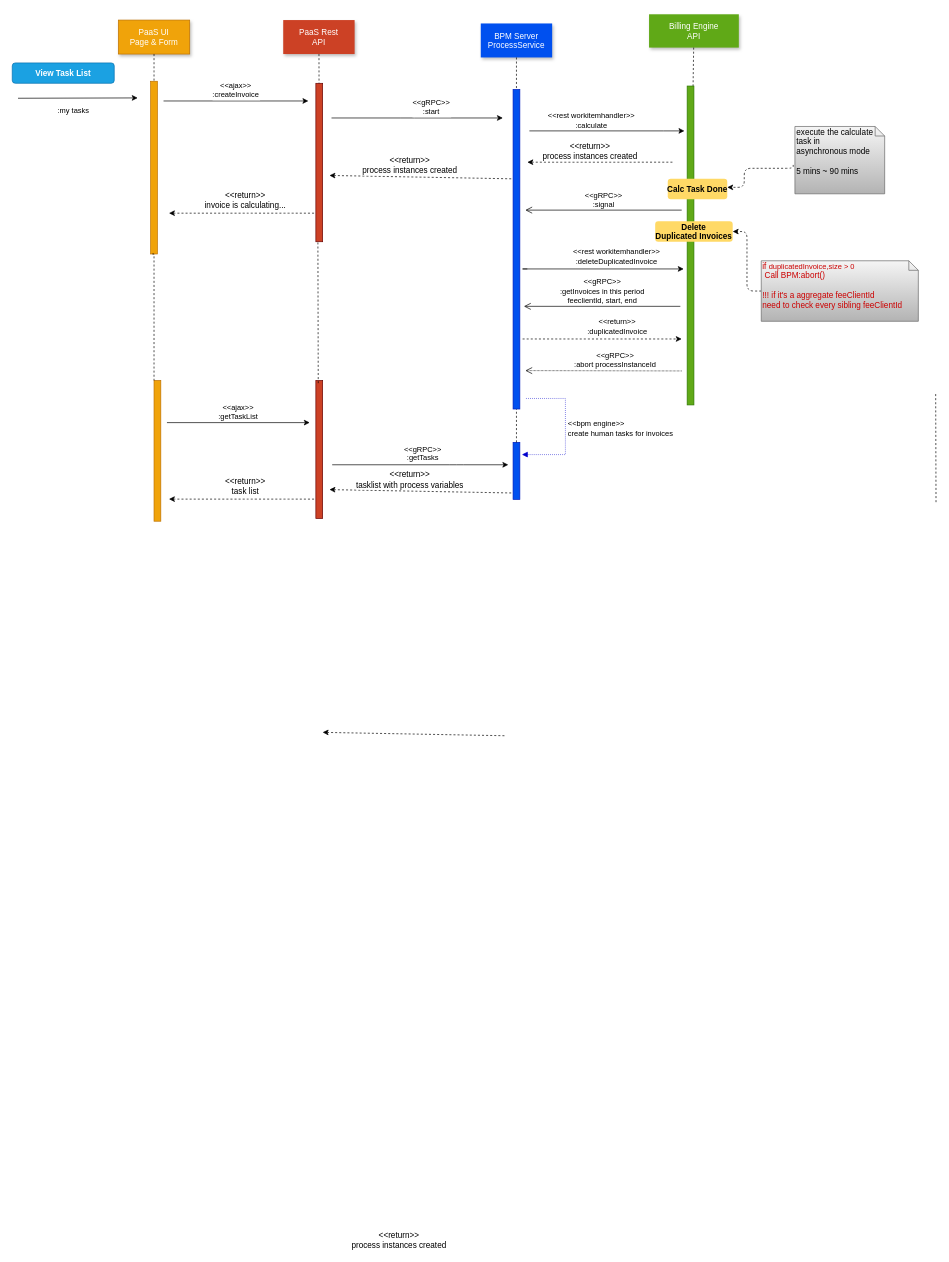
Above: code/Seq_task_operation.drawio in meadlai/java8 (draw.io), before the change. Source tidied: cells renumbered, new cells numbered last; positions are measured from the earlier drawing's top-left corner, leaving out a move shared by most shapes. Both pictures are drawn from the tidied source at 68%, with x=0, y=0 at pixel (12, 14).
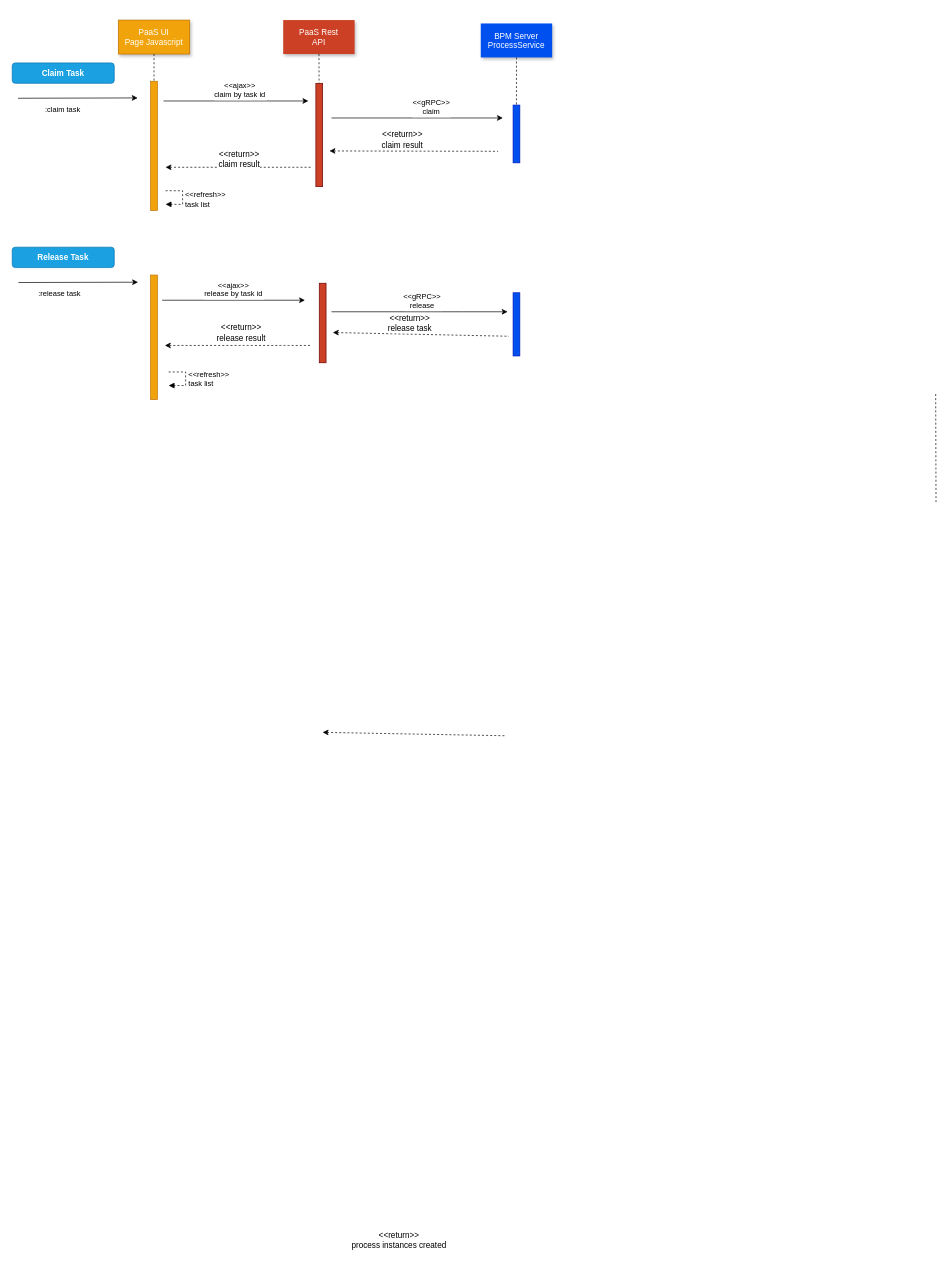
After the change.

The edit, as a diff of the source:
```diff
@@
     <mxCell id="3" style="fillColor=#f0a30a;strokeColor=#BD7000;fontColor=#ffffff;" parent="1" vertex="1">
-      <mxGeometry x="204" y="98" width="10" height="254" as="geometry" />
+      <mxGeometry x="204" y="98" width="10" height="190" as="geometry" />
     </mxCell>
-    <mxCell id="4" value="PaaS UI&#10;Page &amp; Form" style="shadow=1;fillColor=#f0a30a;strokeColor=#BD7000;fontColor=#ffffff;" parent="1" vertex="1">
+    <mxCell id="4" value="PaaS UI&#10;Page Javascript" style="shadow=1;fillColor=#f0a30a;strokeColor=#BD7000;fontColor=#ffffff;" parent="1" vertex="1">
       <mxGeometry x="156.5" y="8" width="105" height="50" as="geometry" />
     </mxCell>
     <mxCell id="5" style="fillColor=#CC4125;strokeColor=#660000;" parent="1" vertex="1">
-      <mxGeometry x="447" y="101" width="10" height="233" as="geometry" />
+      <mxGeometry x="447" y="101" width="10" height="152" as="geometry" />
     </mxCell>
@@
-    <mxCell id="8" value="&lt;&lt;ajax&gt;&gt;&#10;:createInvoice" style="edgeStyle=none;verticalLabelPosition=top;verticalAlign=bottom;" parent="1" edge="1">
-      <mxGeometry x="220" y="92" as="geometry">
+    <mxCell id="8" value="&lt;&lt;ajax&gt;&gt;&#10;claim by task id" style="edgeStyle=none;verticalLabelPosition=top;verticalAlign=bottom;" parent="1" edge="1">
+      <mxGeometry as="geometry">
         <mxPoint x="223" y="127" as="sourcePoint" />
         <mxPoint x="436" y="127" as="targetPoint" />
+        <mxPoint x="6" as="offset" />
       </mxGeometry>
     </mxCell>
     <mxCell id="9" style="edgeStyle=none;verticalLabelPosition=top;verticalAlign=bottom;labelPosition=left;align=right;endArrow=none;startArrow=classic;dashed=1;" parent="1" edge="1">
-      <mxGeometry x="114" y="110.3" as="geometry">
-        <mxPoint x="467" y="236.5" as="sourcePoint" />
-        <mxPoint x="737" y="241.5" as="targetPoint" />
+      <mxGeometry x="114" y="74.3" as="geometry">
+        <mxPoint x="467" y="200.5" as="sourcePoint" />
+        <mxPoint x="715" y="201" as="targetPoint" />
       </mxGeometry>
     </mxCell>
-    <mxCell id="10" value="&amp;lt;&amp;lt;return&amp;gt;&amp;gt;&lt;br&gt;process instances created" style="text;html=1;align=center;verticalAlign=middle;labelBackgroundColor=#ffffff;" parent="9" vertex="1">
+    <mxCell id="10" value="&amp;lt;&amp;lt;return&amp;gt;&amp;gt;&lt;br&gt;claim result" style="text;html=1;align=center;verticalAlign=middle;labelBackgroundColor=#ffffff;" parent="9" vertex="1">
       <mxGeometry relative="1" as="geometry">
         <mxPoint x="-17" y="-17" as="offset" />
       </mxGeometry>
     </mxCell>
-    <mxCell id="11" style="edgeStyle=orthogonalEdgeStyle;rounded=0;orthogonalLoop=1;jettySize=auto;html=1;" parent="1" edge="1">
-      <mxGeometry relative="1" as="geometry">
-        <mxPoint x="761" y="171" as="sourcePoint" />
-        <mxPoint x="989" y="171" as="targetPoint" />
-        <Array as="points">
-          <mxPoint x="958" y="171" />
-          <mxPoint x="958" y="171" />
-        </Array>
-      </mxGeometry>
-    </mxCell>
-    <mxCell id="12" value="&lt;span style=&quot;font-size: 11px&quot;&gt;&amp;lt;&amp;lt;rest workitemhandler&amp;gt;&amp;gt;&lt;/span&gt;&lt;br style=&quot;padding: 0px ; margin: 0px ; font-size: 11px&quot;&gt;&lt;span style=&quot;font-size: 11px&quot;&gt;:calculate&lt;/span&gt;" style="text;html=1;align=center;verticalAlign=middle;labelBackgroundColor=#ffffff;" parent="11" vertex="1">
-      <mxGeometry x="0.21" y="2" relative="1" as="geometry">
-        <mxPoint x="-47.5" y="-15" as="offset" />
-      </mxGeometry>
-    </mxCell>
     <mxCell id="13" style="fillColor=#0050ef;strokeColor=#001DBC;fontColor=#ffffff;" parent="1" vertex="1">
-      <mxGeometry x="737" y="110" width="10" height="470" as="geometry" />
+      <mxGeometry x="737" y="133" width="10" height="85" as="geometry" />
     </mxCell>
@@
-    <mxCell id="16" value="Billing Engine&#10;API" style="shadow=1;fillColor=#60A917;strokeColor=none;fontColor=#FFFFFF;" parent="1" vertex="1">
-      <mxGeometry x="937" y="-0.5" width="132" height="49" as="geometry" />
-    </mxCell>
-    <mxCell id="17" style="edgeStyle=none;endArrow=none;dashed=1;" parent="1" edge="1" source="16" target="18">
-      <mxGeometry x="727.3" y="165" as="geometry" />
-    </mxCell>
-    <mxCell id="18" style="fillColor=#60a917;strokeColor=#2D7600;fontColor=#ffffff;" parent="1" vertex="1">
-      <mxGeometry x="993" y="105" width="10" height="469" as="geometry" />
-    </mxCell>
-    <mxCell id="19" value="&lt;&lt;gRPC&gt;&gt;&#10;:start" style="edgeStyle=elbowEdgeStyle;elbow=vertical;verticalLabelPosition=top;verticalAlign=bottom;" parent="1" edge="1">
+    <mxCell id="19" value="&lt;&lt;gRPC&gt;&gt;&#10;claim" style="edgeStyle=elbowEdgeStyle;elbow=vertical;verticalLabelPosition=top;verticalAlign=bottom;" parent="1" edge="1">
       <mxGeometry as="geometry">
         <mxPoint x="470" y="152" as="sourcePoint" />
         <mxPoint x="722" y="152" as="targetPoint" />
         <Array as="points">
           <mxPoint x="582" y="152" />
           <mxPoint x="617" y="160" />
           <mxPoint x="649" y="247" />
           <mxPoint x="594" y="218" />
         </Array>
         <mxPoint x="21" as="offset" />
       </mxGeometry>
     </mxCell>
@@
-    <mxCell id="21" style="edgeStyle=orthogonalEdgeStyle;rounded=1;jettySize=auto;html=1;dashed=1;exitX=-0.019;exitY=0.571;exitDx=0;exitDy=0;exitPerimeter=0;entryX=1;entryY=0.417;entryDx=0;entryDy=0;entryPerimeter=0;" parent="1" edge="1" source="22" target="23">
-      <mxGeometry relative="1" as="geometry">
-        <Array as="points">
-          <mxPoint x="1149" y="226" />
-          <mxPoint x="1077" y="226" />
-          <mxPoint x="1077" y="254" />
-        </Array>
-      </mxGeometry>
-    </mxCell>
-    <mxCell id="22" value="execute the calculate task in asynchronous&amp;nbsp;mode&lt;br&gt;&lt;br&gt;5 mins ~ 90 mins" style="shape=note;whiteSpace=wrap;html=1;size=14;verticalAlign=top;align=left;spacingTop=-6;gradientColor=#b3b3b3;fillColor=#f5f5f5;strokeColor=#666666;" parent="1" vertex="1">
-      <mxGeometry x="1151.5" y="164.5" width="132" height="99" as="geometry" />
-    </mxCell>
-    <mxCell id="23" value="Calc Task Done" style="rounded=1;fontStyle=1;fillColor=#FFD966;strokeColor=none;" parent="1" vertex="1">
-      <mxGeometry x="964.5" y="241.5" width="87.5" height="30" as="geometry" />
-    </mxCell>
-    <mxCell id="24" value="&amp;lt;&amp;lt;gRPC&amp;gt;&amp;gt;&lt;br&gt;:signal" style="html=1;verticalAlign=bottom;endArrow=open;endSize=8;" parent="1" edge="1">
-      <mxGeometry relative="1" as="geometry">
-        <mxPoint x="985" y="287.5" as="sourcePoint" />
-        <mxPoint x="755" y="287.5" as="targetPoint" />
-      </mxGeometry>
-    </mxCell>
-    <mxCell id="25" style="edgeStyle=orthogonalEdgeStyle;rounded=0;orthogonalLoop=1;jettySize=auto;html=1;" parent="1" edge="1">
-      <mxGeometry relative="1" as="geometry">
-        <mxPoint x="758" y="374" as="sourcePoint" />
-        <mxPoint x="988" y="374" as="targetPoint" />
-        <Array as="points">
-          <mxPoint x="751" y="374" />
-        </Array>
-      </mxGeometry>
-    </mxCell>
-    <mxCell id="26" value="&lt;span style=&quot;font-size: 11px&quot;&gt;&amp;lt;&amp;lt;rest workitemhandler&amp;gt;&amp;gt;&lt;/span&gt;&lt;br style=&quot;padding: 0px ; margin: 0px ; font-size: 11px&quot;&gt;&lt;span style=&quot;font-size: 11px&quot;&gt;:deleteDuplicatedInvoice&lt;/span&gt;" style="text;html=1;align=center;verticalAlign=middle;labelBackgroundColor=#ffffff;" parent="25" vertex="1">
-      <mxGeometry x="0.12" relative="1" as="geometry">
-        <mxPoint x="7" y="-20" as="offset" />
-      </mxGeometry>
-    </mxCell>
     <mxCell id="27" style="edgeStyle=none;verticalLabelPosition=top;verticalAlign=bottom;labelPosition=left;align=right;endArrow=none;startArrow=classic;dashed=1;" parent="1" edge="1">
-      <mxGeometry x="127" y="157.8" as="geometry">
-        <mxPoint x="231" y="292" as="sourcePoint" />
-        <mxPoint x="447" y="292" as="targetPoint" />
+      <mxGeometry x="122" y="90.3" as="geometry">
+        <mxPoint x="226" y="224.5" as="sourcePoint" />
+        <mxPoint x="442" y="224.5" as="targetPoint" />
         <Array as="points">
-          <mxPoint x="331" y="292" />
-          <mxPoint x="351" y="292" />
-          <mxPoint x="406" y="292" />
+          <mxPoint x="326" y="224.5" />
+          <mxPoint x="346" y="224.5" />
+          <mxPoint x="401" y="224.5" />
         </Array>
       </mxGeometry>
     </mxCell>
-    <mxCell id="28" value="&amp;lt;&amp;lt;return&amp;gt;&amp;gt;&lt;br&gt;invoice is calculating..." style="text;html=1;align=center;verticalAlign=middle;labelBackgroundColor=#ffffff;" parent="27" vertex="1">
+    <mxCell id="28" value="&amp;lt;&amp;lt;return&amp;gt;&amp;gt;&lt;br&gt;claim result" style="text;html=1;align=center;verticalAlign=middle;labelBackgroundColor=#ffffff;" parent="27" vertex="1">
       <mxGeometry relative="1" as="geometry">
-        <mxPoint x="3.5" y="-19.5" as="offset" />
+        <mxPoint x="-0.5" y="-12" as="offset" />
       </mxGeometry>
     </mxCell>
     <mxCell id="29" style="html=1;points=[];perimeter=orthogonalPerimeter;fillColor=#0050ef;strokeColor=#001DBC;fontColor=#ffffff;" parent="1" vertex="1">
-      <mxGeometry x="737" y="629" width="10" height="84" as="geometry" />
+      <mxGeometry x="737" y="409" width="10" height="93" as="geometry" />
     </mxCell>
-    <mxCell id="30" value="&amp;lt;&amp;lt;bpm engine&amp;gt;&amp;gt;&lt;br&gt;create human tasks for invoices" style="edgeStyle=orthogonalEdgeStyle;html=1;align=left;spacingLeft=2;endArrow=block;rounded=0;dashed=1;dashPattern=1 2;strokeColor=#0000CC;" parent="1" edge="1">
-      <mxGeometry relative="1" as="geometry">
-        <mxPoint x="756" y="564.5" as="sourcePoint" />
-        <mxPoint x="750" y="647" as="targetPoint" />
-        <Array as="points">
-          <mxPoint x="814" y="565" />
-          <mxPoint x="814" y="647" />
-        </Array>
-      </mxGeometry>
-    </mxCell>
-    <mxCell id="31" style="edgeStyle=none;endArrow=none;dashed=1;entryX=0.5;entryY=1;entryDx=0;entryDy=0;" parent="1" edge="1" source="29" target="13">
-      <mxGeometry x="624.5" y="185" as="geometry" />
-    </mxCell>
     <mxCell id="32" style="fillColor=#f0a30a;strokeColor=#BD7000;fontColor=#ffffff;" parent="1" vertex="1">
-      <mxGeometry x="209" y="538" width="10" height="207" as="geometry" />
+      <mxGeometry x="204" y="383" width="10" height="183" as="geometry" />
     </mxCell>
-    <mxCell id="33" value="&amp;lt;&amp;lt;gRPC&amp;gt;&amp;gt;&lt;br&gt;:getInvoices in this period&lt;br&gt;feeclientId, start, end" style="html=1;verticalAlign=bottom;endArrow=open;endSize=8;rounded=1;" parent="1" edge="1">
-      <mxGeometry relative="1" as="geometry">
-        <mxPoint x="983" y="429" as="sourcePoint" />
-        <mxPoint x="753" y="429" as="targetPoint" />
-      </mxGeometry>
-    </mxCell>
-    <mxCell id="34" style="edgeStyle=orthogonalEdgeStyle;rounded=0;orthogonalLoop=1;jettySize=auto;html=1;dashed=1;" parent="1" edge="1">
-      <mxGeometry relative="1" as="geometry">
-        <mxPoint x="751" y="477" as="sourcePoint" />
-        <mxPoint x="985" y="477" as="targetPoint" />
-        <Array as="points">
-          <mxPoint x="751" y="477" />
-        </Array>
-      </mxGeometry>
-    </mxCell>
-    <mxCell id="35" value="&lt;span style=&quot;font-size: 11px&quot;&gt;&amp;lt;&amp;lt;return&amp;gt;&amp;gt;&lt;/span&gt;&lt;br style=&quot;padding: 0px ; margin: 0px ; font-size: 11px&quot;&gt;&lt;span style=&quot;font-size: 11px&quot;&gt;:duplicatedInvoice&lt;/span&gt;" style="text;html=1;align=center;verticalAlign=middle;labelBackgroundColor=#ffffff;" parent="34" vertex="1">
-      <mxGeometry x="0.12" relative="1" as="geometry">
-        <mxPoint x="7" y="-20" as="offset" />
-      </mxGeometry>
-    </mxCell>
-    <mxCell id="36" style="edgeStyle=orthogonalEdgeStyle;rounded=1;jettySize=auto;html=1;entryX=1;entryY=0.5;entryDx=0;entryDy=0;dashed=1;fontColor=#CC0000;" parent="1" edge="1" source="37" target="47">
-      <mxGeometry relative="1" as="geometry" />
-    </mxCell>
-    <mxCell id="37" value="if&amp;nbsp;&lt;span style=&quot;font-size: 11px ; text-align: center ; white-space: nowrap&quot;&gt;duplicatedInvoice,size &amp;gt; 0&lt;/span&gt;&lt;br&gt;&amp;nbsp;Call BPM:abort()&lt;br&gt;&lt;br&gt;!!! if it's a aggregate feeClientId&lt;br&gt;need to check every sibling feeClientId&lt;br&gt;&amp;nbsp;" style="shape=note;whiteSpace=wrap;html=1;size=14;verticalAlign=top;align=left;spacingTop=-6;gradientColor=#b3b3b3;fillColor=#f5f5f5;strokeColor=#666666;fontColor=#CC0000;" parent="1" vertex="1">
-      <mxGeometry x="1102" y="362" width="231" height="89" as="geometry" />
-    </mxCell>
-    <mxCell id="38" value="&amp;lt;&amp;lt;gRPC&amp;gt;&amp;gt;&lt;br&gt;:abort processInstanceId" style="html=1;verticalAlign=bottom;endArrow=open;endSize=8;rounded=1;dashed=1;dashPattern=1 1;" parent="1" edge="1">
-      <mxGeometry x="-0.15" relative="1" as="geometry">
-        <mxPoint x="985" y="524" as="sourcePoint" />
-        <mxPoint x="755" y="523.5" as="targetPoint" />
-      </mxGeometry>
-    </mxCell>
-    <mxCell id="39" value=":my tasks" style="edgeStyle=none;verticalLabelPosition=top;verticalAlign=bottom;labelPosition=left;align=right;" parent="1" edge="1">
-      <mxGeometry x="-19" y="25" as="geometry">
+    <mxCell id="39" value=":claim task" style="edgeStyle=none;verticalLabelPosition=top;verticalAlign=bottom;labelPosition=left;align=right;" parent="1" edge="1">
+      <mxGeometry as="geometry">
         <mxPoint x="9" y="123" as="sourcePoint" />
         <mxPoint x="185" y="122.5" as="targetPoint" />
-        <mxPoint x="19" y="27" as="offset" />
+        <mxPoint x="6" y="26" as="offset" />
       </mxGeometry>
     </mxCell>
-    <mxCell id="40" style="edgeStyle=elbowEdgeStyle;elbow=horizontal;endArrow=none;dashed=1;exitX=0.25;exitY=1;exitDx=0;exitDy=0;rounded=0;" parent="1" edge="1" source="3" target="32">
-      <mxGeometry x="240" y="320" as="geometry">
-        <Array as="points">
-          <mxPoint x="209" y="568" />
-        </Array>
-      </mxGeometry>
-    </mxCell>
-    <mxCell id="41" value="&lt;&lt;ajax&gt;&gt;&#10;:getTaskList" style="edgeStyle=none;verticalLabelPosition=top;verticalAlign=bottom;" parent="1" edge="1">
-      <mxGeometry x="222" y="562" as="geometry">
-        <mxPoint x="228" y="600" as="sourcePoint" />
-        <mxPoint x="438" y="600" as="targetPoint" />
+    <mxCell id="41" value="&lt;&lt;ajax&gt;&gt;&#10;release by task id" style="edgeStyle=none;verticalLabelPosition=top;verticalAlign=bottom;" parent="1" edge="1">
+      <mxGeometry x="215" y="382" as="geometry">
+        <mxPoint x="221" y="420" as="sourcePoint" />
+        <mxPoint x="431" y="420" as="targetPoint" />
       </mxGeometry>
     </mxCell>
-    <mxCell id="42" value="&lt;&lt;gRPC&gt;&gt;&#10;:getTasks" style="edgeStyle=elbowEdgeStyle;elbow=vertical;verticalLabelPosition=top;verticalAlign=bottom;" parent="1" edge="1">
-      <mxGeometry x="5" y="415" as="geometry">
-        <mxPoint x="471" y="662" as="sourcePoint" />
-        <mxPoint x="730" y="662" as="targetPoint" />
+    <mxCell id="42" value="&lt;&lt;gRPC&gt;&gt;&#10;release" style="edgeStyle=elbowEdgeStyle;elbow=vertical;verticalLabelPosition=top;verticalAlign=bottom;" parent="1" edge="1">
+      <mxGeometry as="geometry">
+        <mxPoint x="470" y="437" as="sourcePoint" />
+        <mxPoint x="729" y="437" as="targetPoint" />
         <Array as="points">
-          <mxPoint x="654" y="662" />
-          <mxPoint x="599" y="633" />
+          <mxPoint x="653" y="437" />
+          <mxPoint x="598" y="408" />
         </Array>
-        <mxPoint x="4" y="-1" as="offset" />
+        <mxPoint x="4" as="offset" />
       </mxGeometry>
     </mxCell>
@@
-    <mxCell id="45" style="edgeStyle=none;verticalLabelPosition=top;verticalAlign=bottom;labelPosition=left;align=right;endArrow=none;startArrow=classic;dashed=1;" parent="1" edge="1">
-      <mxGeometry x="370" y="90.3" as="geometry">
-        <mxPoint x="758" y="217" as="sourcePoint" />
-        <mxPoint x="973" y="217" as="targetPoint" />
-      </mxGeometry>
-    </mxCell>
-    <mxCell id="46" value="&amp;lt;&amp;lt;return&amp;gt;&amp;gt;&lt;br&gt;process instances created" style="text;html=1;align=center;verticalAlign=middle;labelBackgroundColor=#ffffff;" parent="45" vertex="1">
-      <mxGeometry relative="1" as="geometry">
-        <mxPoint x="-17" y="-17" as="offset" />
-      </mxGeometry>
-    </mxCell>
-    <mxCell id="47" value="Delete &#10;Duplicated Invoices" style="rounded=1;fontStyle=1;fillColor=#FFD966;strokeColor=none;" parent="1" vertex="1">
-      <mxGeometry x="946" y="304" width="114" height="30" as="geometry" />
-    </mxCell>
     <mxCell id="48" style="fillColor=#CC4125;strokeColor=#660000;" parent="1" vertex="1">
-      <mxGeometry x="447" y="538" width="10" height="203" as="geometry" />
+      <mxGeometry x="452" y="395" width="10" height="117" as="geometry" />
     </mxCell>
-    <mxCell id="49" style="edgeStyle=elbowEdgeStyle;elbow=horizontal;endArrow=none;dashed=1;exitX=0.25;exitY=1;exitDx=0;exitDy=0;rounded=0;entryX=0.25;entryY=1;entryDx=0;entryDy=0;" parent="1" edge="1" target="5">
-      <mxGeometry x="483.5" y="433" as="geometry">
-        <mxPoint x="450.5" y="542" as="sourcePoint" />
-        <Array as="points">
-          <mxPoint x="450" y="437" />
-        </Array>
-      </mxGeometry>
-    </mxCell>
     <mxCell id="50" style="edgeStyle=none;verticalLabelPosition=top;verticalAlign=bottom;labelPosition=left;align=right;endArrow=none;startArrow=classic;dashed=1;" parent="1" edge="1">
-      <mxGeometry x="114" y="572.3" as="geometry">
-        <mxPoint x="467" y="698.5" as="sourcePoint" />
-        <mxPoint x="737" y="703.5" as="targetPoint" />
+      <mxGeometry x="119" y="341.3" as="geometry">
+        <mxPoint x="472" y="467.5" as="sourcePoint" />
+        <mxPoint x="731" y="473" as="targetPoint" />
       </mxGeometry>
     </mxCell>
-    <mxCell id="51" value="&amp;lt;&amp;lt;return&amp;gt;&amp;gt;&lt;br&gt;tasklist with process variables" style="text;html=1;align=center;verticalAlign=middle;labelBackgroundColor=#ffffff;" parent="50" vertex="1">
+    <mxCell id="51" value="&amp;lt;&amp;lt;return&amp;gt;&amp;gt;&lt;br&gt;release task" style="text;html=1;align=center;verticalAlign=middle;labelBackgroundColor=#ffffff;" parent="50" vertex="1">
       <mxGeometry relative="1" as="geometry">
         <mxPoint x="-17" y="-17" as="offset" />
       </mxGeometry>
     </mxCell>
-    <mxCell id="52" value="View Task List" style="rounded=1;fontStyle=1;fillColor=#1ba1e2;strokeColor=#006EAF;fontColor=#ffffff;" parent="1" vertex="1">
+    <mxCell id="52" value="Claim Task" style="rounded=1;fontStyle=1;fillColor=#1ba1e2;strokeColor=#006EAF;fontColor=#ffffff;" parent="1" vertex="1">
       <mxGeometry x="0.5" y="71" width="150" height="30" as="geometry" />
     </mxCell>
     <mxCell id="53" style="edgeStyle=none;verticalLabelPosition=top;verticalAlign=bottom;labelPosition=left;align=right;endArrow=none;startArrow=classic;dashed=1;" parent="1" edge="1">
-      <mxGeometry x="127" y="578.3" as="geometry">
-        <mxPoint x="231" y="712.5" as="sourcePoint" />
-        <mxPoint x="447" y="712.5" as="targetPoint" />
+      <mxGeometry x="121" y="352.3" as="geometry">
+        <mxPoint x="225" y="486.5" as="sourcePoint" />
+        <mxPoint x="441" y="486.5" as="targetPoint" />
         <Array as="points">
-          <mxPoint x="331" y="712.5" />
-          <mxPoint x="351" y="712.5" />
-          <mxPoint x="406" y="712.5" />
+          <mxPoint x="325" y="486.5" />
+          <mxPoint x="345" y="486.5" />
+          <mxPoint x="400" y="486.5" />
         </Array>
       </mxGeometry>
     </mxCell>
-    <mxCell id="54" value="&amp;lt;&amp;lt;return&amp;gt;&amp;gt;&lt;br&gt;task list" style="text;html=1;align=center;verticalAlign=middle;labelBackgroundColor=#ffffff;" parent="53" vertex="1">
+    <mxCell id="54" value="&amp;lt;&amp;lt;return&amp;gt;&amp;gt;&lt;br&gt;release result" style="text;html=1;align=center;verticalAlign=middle;labelBackgroundColor=#ffffff;" parent="53" vertex="1">
       <mxGeometry relative="1" as="geometry">
         <mxPoint x="3.5" y="-19.5" as="offset" />
       </mxGeometry>
     </mxCell>
+    <mxCell id="55" value=":release task" style="edgeStyle=none;verticalLabelPosition=top;verticalAlign=bottom;labelPosition=left;align=right;" parent="1" edge="1">
+      <mxGeometry x="0.5" y="271" as="geometry">
+        <mxPoint x="9.5" y="394" as="sourcePoint" />
+        <mxPoint x="185.5" y="393.5" as="targetPoint" />
+        <mxPoint x="6" y="26" as="offset" />
+      </mxGeometry>
+    </mxCell>
+    <mxCell id="56" value="Release Task" style="rounded=1;fontStyle=1;fillColor=#1ba1e2;strokeColor=#006EAF;fontColor=#ffffff;" parent="1" vertex="1">
+      <mxGeometry x="0.5" y="342" width="150" height="30" as="geometry" />
+    </mxCell>
+    <mxCell id="57" style="edgeStyle=orthogonalEdgeStyle;rounded=0;orthogonalLoop=1;jettySize=auto;html=1;exitX=0.5;exitY=1;exitDx=0;exitDy=0;" parent="1" edge="1" source="5" target="5">
+      <mxGeometry relative="1" as="geometry" />
+    </mxCell>
+    <mxCell id="58" value="&amp;lt;&amp;lt;refresh&amp;gt;&amp;gt;&lt;br&gt;task list" style="edgeStyle=orthogonalEdgeStyle;html=1;align=left;spacingLeft=2;endArrow=block;rounded=0;dashed=1;" parent="1" edge="1">
+      <mxGeometry x="0.09" relative="1" as="geometry">
+        <mxPoint x="226" y="259" as="sourcePoint" />
+        <mxPoint x="226" y="279" as="targetPoint" />
+        <Array as="points">
+          <mxPoint x="251" y="259" />
+        </Array>
+      </mxGeometry>
+    </mxCell>
+    <mxCell id="59" value="&amp;lt;&amp;lt;refresh&amp;gt;&amp;gt;&lt;br&gt;task list" style="edgeStyle=orthogonalEdgeStyle;html=1;align=left;spacingLeft=2;endArrow=block;rounded=0;dashed=1;" parent="1" edge="1">
+      <mxGeometry relative="1" as="geometry">
+        <mxPoint x="230.5" y="525.5" as="sourcePoint" />
+        <mxPoint x="230.5" y="545.5" as="targetPoint" />
+        <Array as="points">
+          <mxPoint x="255.5" y="525.5" />
+        </Array>
+      </mxGeometry>
+    </mxCell>
```
